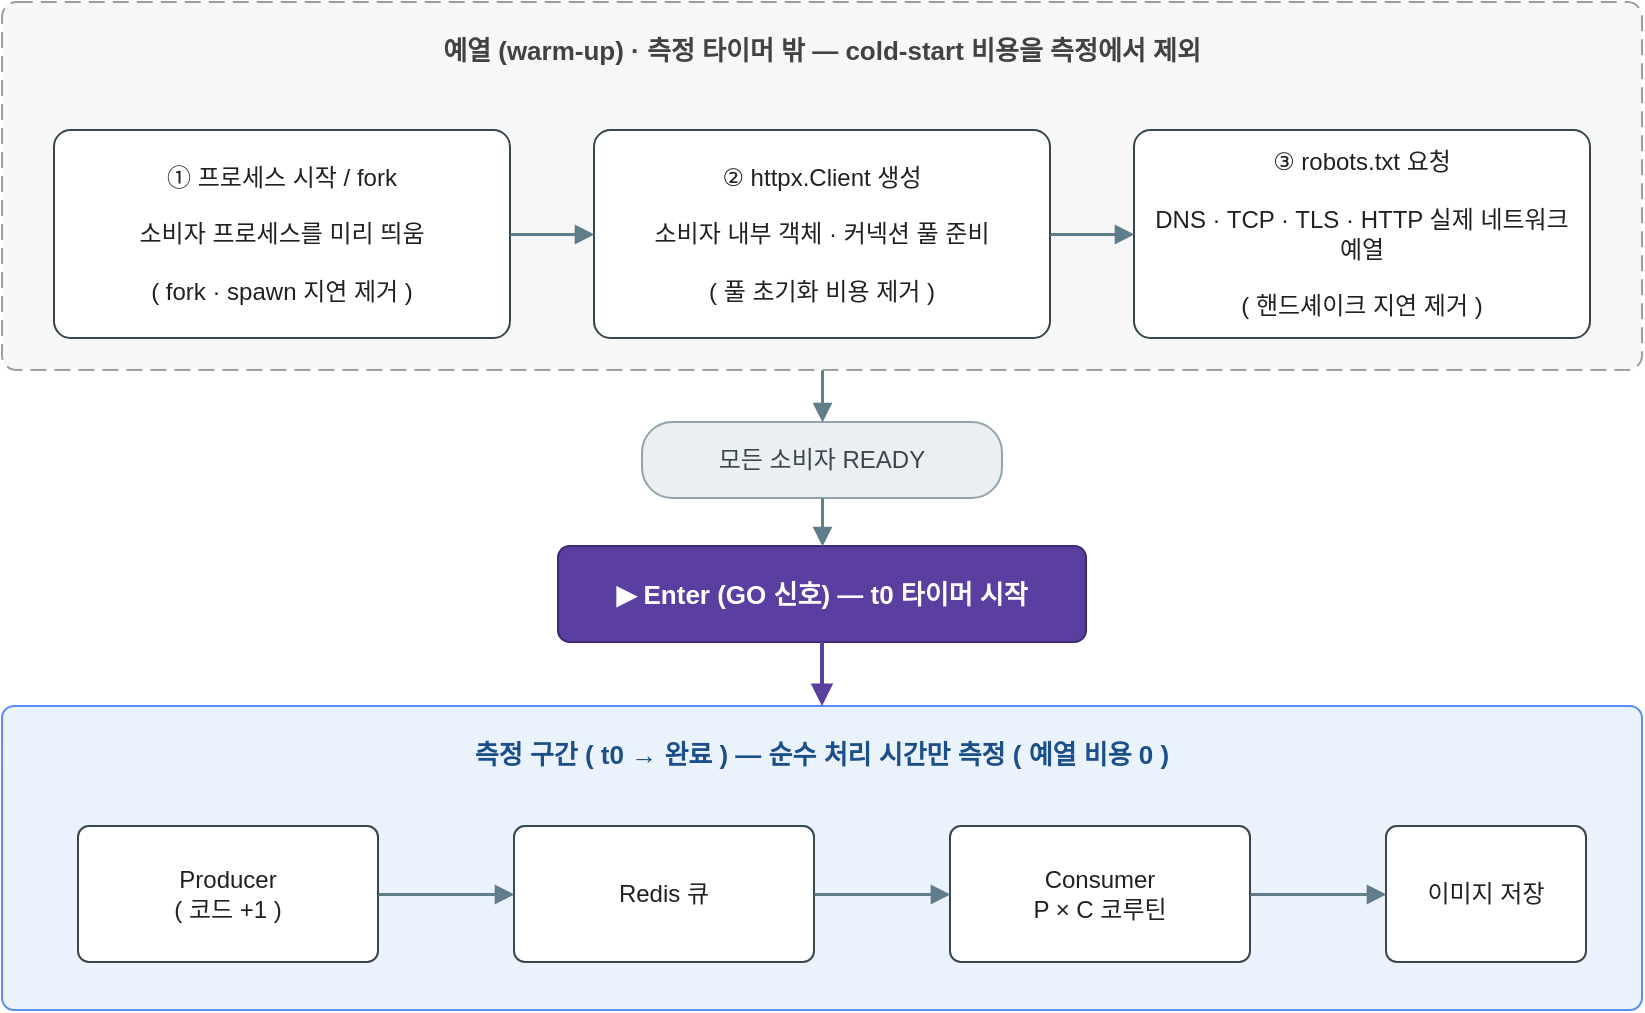
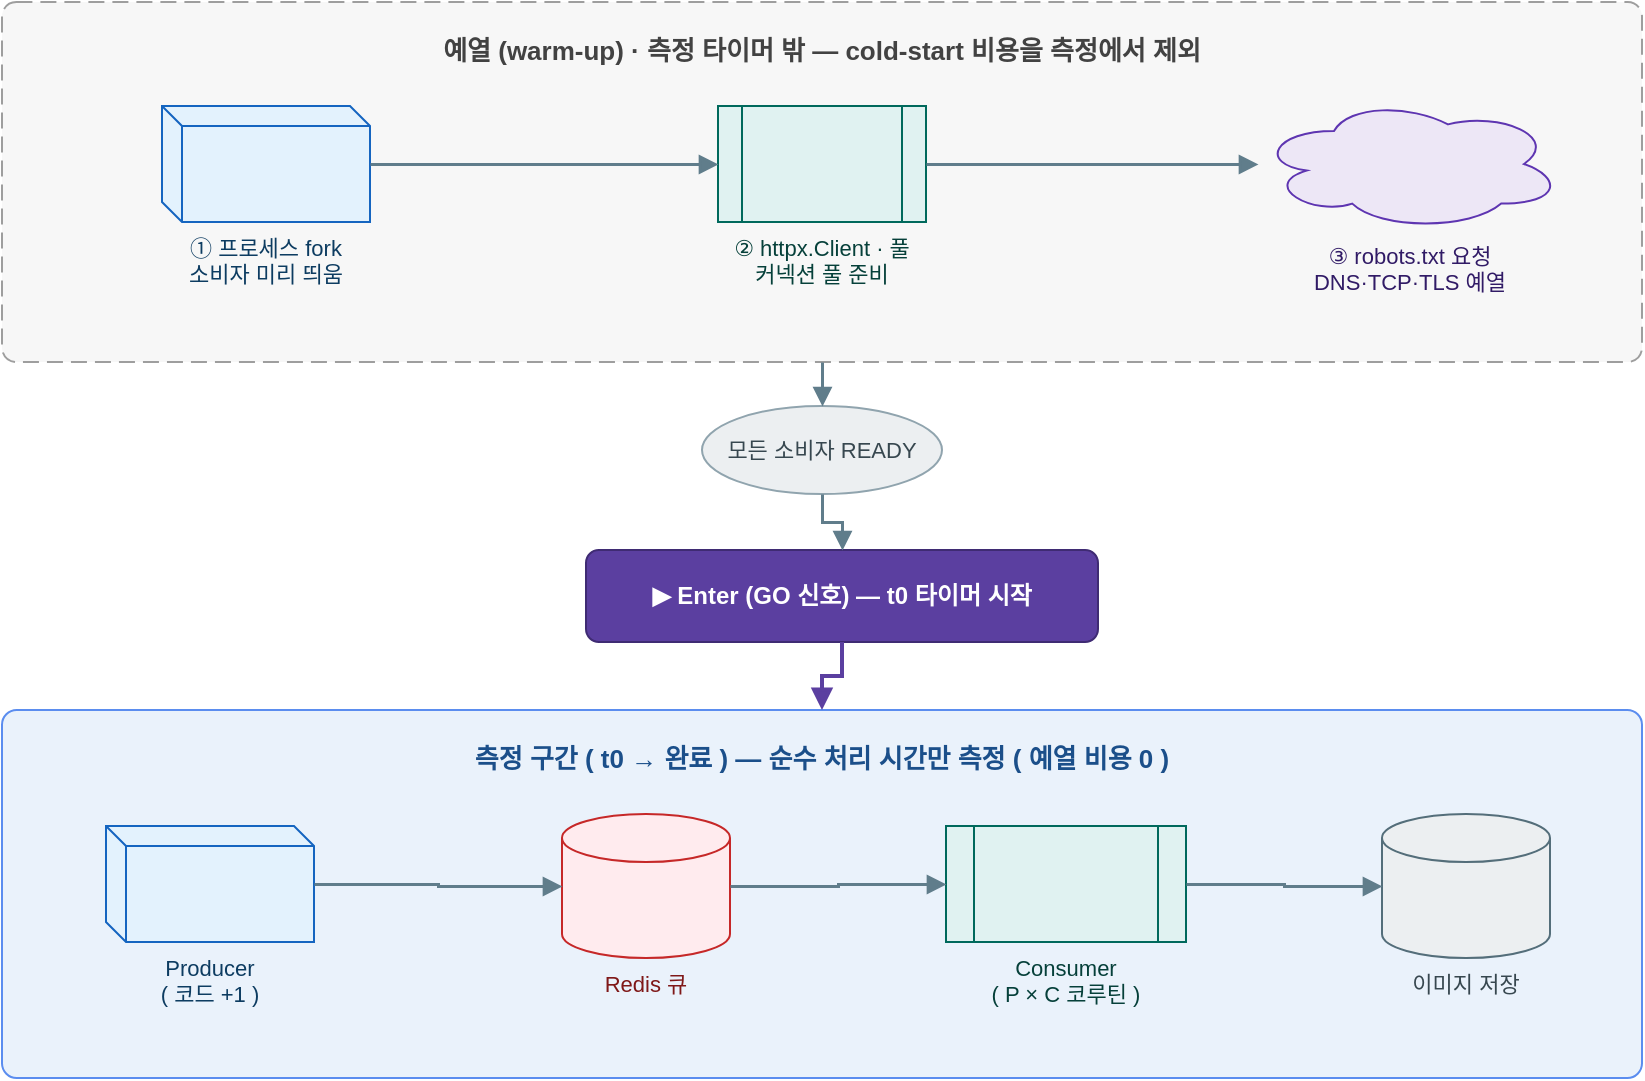
<mxfile host="app.diagrams.net" type="device">
  <diagram name="warmup-preloading" id="warmup-preloading">
-     <mxGraphModel dx="900" dy="620" grid="0" gridSize="10" guides="1" tooltips="1" connect="1" arrows="1" fold="1" page="1" pageScale="1" pageWidth="900" pageHeight="620" math="0" shadow="0">
+     <mxGraphModel dx="900" dy="640" grid="0" gridSize="10" guides="1" tooltips="1" connect="1" arrows="1" fold="1" page="1" pageScale="1" pageWidth="900" pageHeight="640" math="0" shadow="0">
      <root>
        <mxCell id="0" />
        <mxCell id="1" parent="0" />
        <mxCell id="warm" value="예열 (warm-up)  ·  측정 타이머 밖  —  cold-start 비용을 측정에서 제외" style="rounded=1;arcSize=4;whiteSpace=wrap;html=1;dashed=1;dashPattern=8 4;fillColor=#F7F7F7;strokeColor=#9E9E9E;align=center;verticalAlign=top;fontSize=13;fontStyle=1;fontColor=#424242;spacingTop=10;" vertex="1" parent="1">
-           <mxGeometry x="40" y="56" width="820" height="184" as="geometry" />
+           <mxGeometry x="40" y="56" width="820" height="180" as="geometry" />
        </mxCell>
-         <mxCell id="s1" value="①  프로세스 시작 / fork&#10;&#10;소비자 프로세스를 미리 띄움&#10;&#10;( fork · spawn 지연 제거 )" style="rounded=1;arcSize=8;whiteSpace=wrap;html=1;fillColor=#FFFFFF;strokeColor=#37474F;fontSize=12;fontColor=#212121;align=center;spacing=6;" vertex="1" parent="1">
-           <mxGeometry x="66" y="120" width="228" height="104" as="geometry" />
+         <mxCell id="s1" value="①  프로세스 fork&#10;소비자 미리 띄움" style="shape=cube;whiteSpace=wrap;html=1;fillColor=#E3F2FD;strokeColor=#1565C0;fontSize=11;fontColor=#0D3C61;verticalLabelPosition=bottom;verticalAlign=top;size=10;" vertex="1" parent="1">
+           <mxGeometry x="120" y="108" width="104" height="58" as="geometry" />
        </mxCell>
-         <mxCell id="s2" value="②  httpx.Client 생성&#10;&#10;소비자 내부 객체 · 커넥션 풀 준비&#10;&#10;( 풀 초기화 비용 제거 )" style="rounded=1;arcSize=8;whiteSpace=wrap;html=1;fillColor=#FFFFFF;strokeColor=#37474F;fontSize=12;fontColor=#212121;align=center;spacing=6;" vertex="1" parent="1">
-           <mxGeometry x="336" y="120" width="228" height="104" as="geometry" />
+         <mxCell id="s2" value="②  httpx.Client · 풀&#10;커넥션 풀 준비" style="shape=process;whiteSpace=wrap;html=1;fillColor=#E0F2F1;strokeColor=#00695C;fontSize=11;fontColor=#06403A;verticalLabelPosition=bottom;verticalAlign=top;size=0.12;" vertex="1" parent="1">
+           <mxGeometry x="398" y="108" width="104" height="58" as="geometry" />
        </mxCell>
-         <mxCell id="s3" value="③  robots.txt 요청&#10;&#10;DNS · TCP · TLS · HTTP 실제 네트워크 예열&#10;&#10;( 핸드셰이크 지연 제거 )" style="rounded=1;arcSize=8;whiteSpace=wrap;html=1;fillColor=#FFFFFF;strokeColor=#37474F;fontSize=12;fontColor=#212121;align=center;spacing=6;" vertex="1" parent="1">
-           <mxGeometry x="606" y="120" width="228" height="104" as="geometry" />
+         <mxCell id="s3" value="③  robots.txt 요청&#10;DNS·TCP·TLS 예열" style="shape=cloud;whiteSpace=wrap;html=1;fillColor=#EDE7F6;strokeColor=#5E35B1;fontSize=11;fontColor=#311B66;verticalLabelPosition=bottom;verticalAlign=top;" vertex="1" parent="1">
+           <mxGeometry x="668" y="104" width="152" height="66" as="geometry" />
        </mxCell>
-         <mxCell id="ready" value="모든 소비자 READY" style="rounded=1;arcSize=40;whiteSpace=wrap;html=1;fillColor=#ECEFF1;strokeColor=#90A4AE;fontSize=12;fontColor=#37474F;" vertex="1" parent="1">
-           <mxGeometry x="360" y="266" width="180" height="38" as="geometry" />
+         <mxCell id="ready" value="모든 소비자 READY" style="ellipse;whiteSpace=wrap;html=1;fillColor=#ECEFF1;strokeColor=#90A4AE;fontSize=11;fontColor=#37474F;" vertex="1" parent="1">
+           <mxGeometry x="390" y="258" width="120" height="44" as="geometry" />
        </mxCell>
-         <mxCell id="go" value="▶  Enter (GO 신호)   —   t0 타이머 시작" style="rounded=1;arcSize=12;whiteSpace=wrap;html=1;fillColor=#5B3FA0;strokeColor=#3F2B73;fontSize=13;fontStyle=1;fontColor=#FFFFFF;" vertex="1" parent="1">
-           <mxGeometry x="318" y="328" width="264" height="48" as="geometry" />
+         <mxCell id="go" value="▶  Enter (GO 신호)  —  t0 타이머 시작" style="rounded=1;arcSize=14;whiteSpace=wrap;html=1;fillColor=#5B3FA0;strokeColor=#3F2B73;fontSize=12;fontStyle=1;fontColor=#FFFFFF;" vertex="1" parent="1">
+           <mxGeometry x="332" y="330" width="256" height="46" as="geometry" />
        </mxCell>
        <mxCell id="meas" value="측정 구간 ( t0 → 완료 )  —  순수 처리 시간만 측정 ( 예열 비용 0 )" style="rounded=1;arcSize=4;whiteSpace=wrap;html=1;fillColor=#EAF2FB;strokeColor=#5B8DEF;align=center;verticalAlign=top;fontSize=13;fontStyle=1;fontColor=#1B4F8A;spacingTop=10;" vertex="1" parent="1">
-           <mxGeometry x="40" y="408" width="820" height="152" as="geometry" />
+           <mxGeometry x="40" y="410" width="820" height="184" as="geometry" />
        </mxCell>
-         <mxCell id="mp" value="Producer&#10;( 코드 +1 )" style="rounded=1;arcSize=8;whiteSpace=wrap;html=1;fillColor=#FFFFFF;strokeColor=#37474F;fontSize=12;fontColor=#212121;" vertex="1" parent="1">
-           <mxGeometry x="78" y="468" width="150" height="68" as="geometry" />
+         <mxCell id="mp" value="Producer&#10;( 코드 +1 )" style="shape=cube;whiteSpace=wrap;html=1;fillColor=#E3F2FD;strokeColor=#1565C0;fontSize=11;fontColor=#0D3C61;verticalLabelPosition=bottom;verticalAlign=top;size=10;" vertex="1" parent="1">
+           <mxGeometry x="92" y="468" width="104" height="58" as="geometry" />
        </mxCell>
-         <mxCell id="mq" value="Redis 큐" style="rounded=1;arcSize=8;whiteSpace=wrap;html=1;fillColor=#FFFFFF;strokeColor=#37474F;fontSize=12;fontColor=#212121;" vertex="1" parent="1">
-           <mxGeometry x="296" y="468" width="150" height="68" as="geometry" />
+         <mxCell id="mq" value="Redis 큐" style="shape=cylinder3;whiteSpace=wrap;html=1;fillColor=#FFEBEE;strokeColor=#C62828;fontSize=11;fontColor=#7F1818;verticalLabelPosition=bottom;verticalAlign=top;size=12;" vertex="1" parent="1">
+           <mxGeometry x="320" y="462" width="84" height="72" as="geometry" />
        </mxCell>
-         <mxCell id="mc" value="Consumer&#10;P × C 코루틴" style="rounded=1;arcSize=8;whiteSpace=wrap;html=1;fillColor=#FFFFFF;strokeColor=#37474F;fontSize=12;fontColor=#212121;" vertex="1" parent="1">
-           <mxGeometry x="514" y="468" width="150" height="68" as="geometry" />
+         <mxCell id="mc" value="Consumer&#10;( P × C 코루틴 )" style="shape=process;whiteSpace=wrap;html=1;fillColor=#E0F2F1;strokeColor=#00695C;fontSize=11;fontColor=#06403A;verticalLabelPosition=bottom;verticalAlign=top;size=0.12;" vertex="1" parent="1">
+           <mxGeometry x="512" y="468" width="120" height="58" as="geometry" />
        </mxCell>
-         <mxCell id="md" value="이미지 저장" style="rounded=1;arcSize=8;whiteSpace=wrap;html=1;fillColor=#FFFFFF;strokeColor=#37474F;fontSize=12;fontColor=#212121;" vertex="1" parent="1">
-           <mxGeometry x="732" y="468" width="100" height="68" as="geometry" />
+         <mxCell id="md" value="이미지 저장" style="shape=cylinder3;whiteSpace=wrap;html=1;fillColor=#ECEFF1;strokeColor=#546E7A;fontSize=11;fontColor=#37474F;verticalLabelPosition=bottom;verticalAlign=top;size=12;" vertex="1" parent="1">
+           <mxGeometry x="730" y="462" width="84" height="72" as="geometry" />
        </mxCell>
        <mxCell id="e12" style="edgeStyle=orthogonalEdgeStyle;rounded=0;html=1;endArrow=block;endFill=1;strokeColor=#607D8B;strokeWidth=1.5;" edge="1" parent="1" source="s1" target="s2"><mxGeometry relative="1" as="geometry" /></mxCell>
        <mxCell id="e23" style="edgeStyle=orthogonalEdgeStyle;rounded=0;html=1;endArrow=block;endFill=1;strokeColor=#607D8B;strokeWidth=1.5;" edge="1" parent="1" source="s2" target="s3"><mxGeometry relative="1" as="geometry" /></mxCell>
        <mxCell id="ewr" style="edgeStyle=orthogonalEdgeStyle;rounded=0;html=1;endArrow=block;endFill=1;strokeColor=#607D8B;strokeWidth=1.5;exitX=0.5;exitY=1;exitDx=0;exitDy=0;entryX=0.5;entryY=0;entryDx=0;entryDy=0;" edge="1" parent="1" source="warm" target="ready"><mxGeometry relative="1" as="geometry" /></mxCell>
        <mxCell id="erg" style="edgeStyle=orthogonalEdgeStyle;rounded=0;html=1;endArrow=block;endFill=1;strokeColor=#607D8B;strokeWidth=1.5;" edge="1" parent="1" source="ready" target="go"><mxGeometry relative="1" as="geometry" /></mxCell>
        <mxCell id="egm" style="edgeStyle=orthogonalEdgeStyle;rounded=0;html=1;endArrow=block;endFill=1;strokeColor=#5B3FA0;strokeWidth=2;exitX=0.5;exitY=1;exitDx=0;exitDy=0;entryX=0.5;entryY=0;entryDx=0;entryDy=0;" edge="1" parent="1" source="go" target="meas"><mxGeometry relative="1" as="geometry" /></mxCell>
        <mxCell id="empq" style="edgeStyle=orthogonalEdgeStyle;rounded=0;html=1;endArrow=block;endFill=1;strokeColor=#607D8B;strokeWidth=1.5;" edge="1" parent="1" source="mp" target="mq"><mxGeometry relative="1" as="geometry" /></mxCell>
        <mxCell id="emqc" style="edgeStyle=orthogonalEdgeStyle;rounded=0;html=1;endArrow=block;endFill=1;strokeColor=#607D8B;strokeWidth=1.5;" edge="1" parent="1" source="mq" target="mc"><mxGeometry relative="1" as="geometry" /></mxCell>
        <mxCell id="emcd" style="edgeStyle=orthogonalEdgeStyle;rounded=0;html=1;endArrow=block;endFill=1;strokeColor=#607D8B;strokeWidth=1.5;" edge="1" parent="1" source="mc" target="md"><mxGeometry relative="1" as="geometry" /></mxCell>
      </root>
    </mxGraphModel>
  </diagram>
</mxfile>
